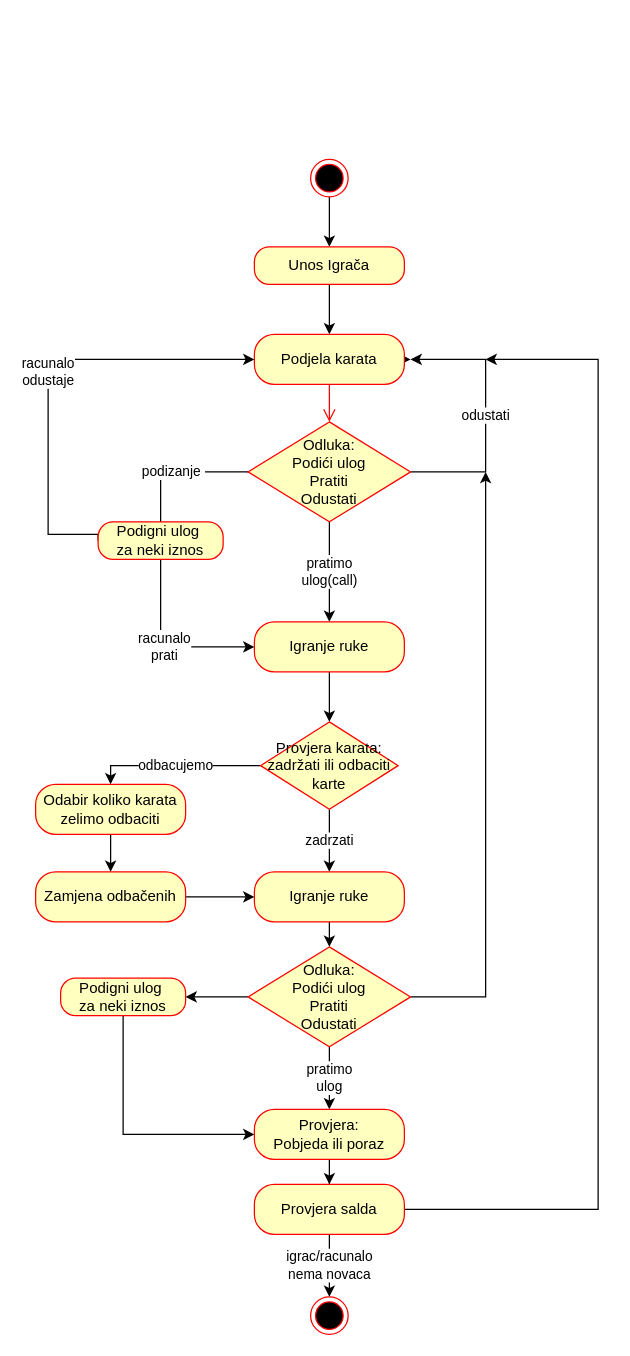
Before: page "aktivnosti" (2 of 3) of Projekt_Poker_activity.drawio in ewlibi/Poker, a draw.io diagram. Source tidied: cells renumbered, new cells numbered last; positions are measured from the earlier drawing's top-left corner, leaving out a move shared by most shapes. Both pictures are drawn from the tidied source at 125%, with x=0, y=0 at pixel (35, 159).
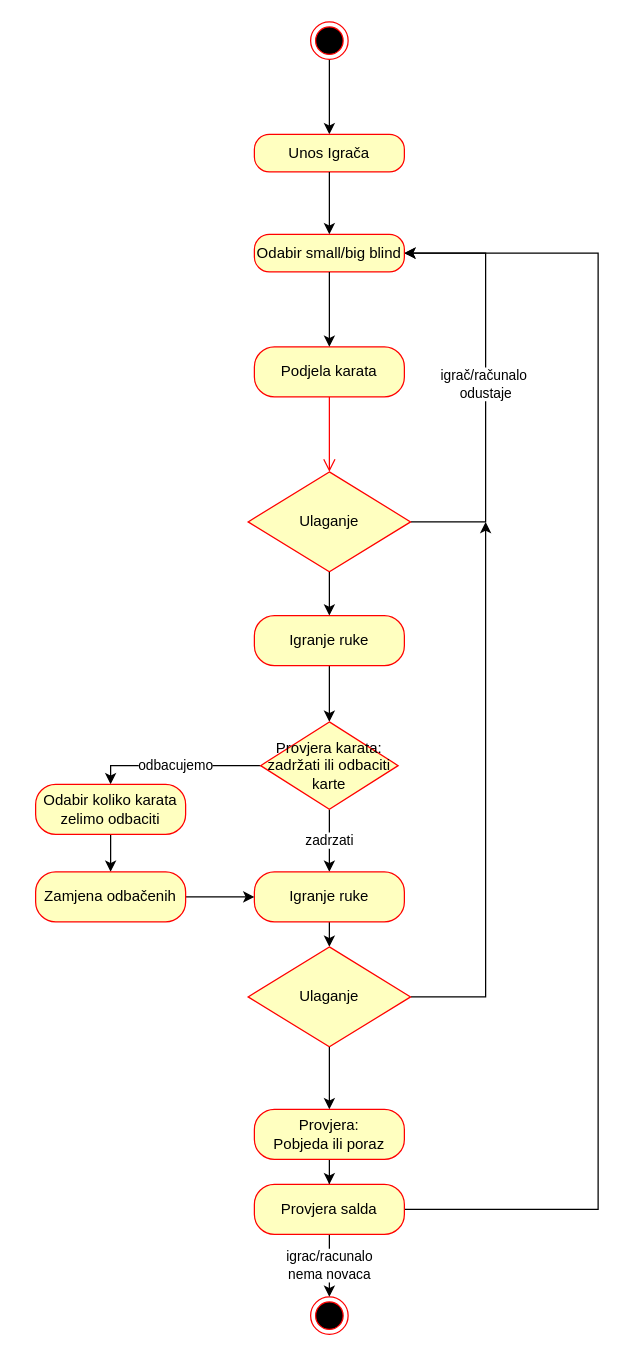
After the change.

The change refers to these unchanged cells:
```xml
<mxCell id="35" value="Provjera:&lt;br&gt;Pobjeda ili poraz" style="rounded=1;whiteSpace=wrap;html=1;arcSize=40;fontColor=#000000;fillColor=#ffffc0;strokeColor=#ff0000;" parent="1" vertex="1">
  <mxGeometry x="175" y="760" width="120" height="40" as="geometry" />
</mxCell>
<mxCell id="38" value="Provjera salda" style="rounded=1;whiteSpace=wrap;html=1;arcSize=40;fontColor=#000000;fillColor=#ffffc0;strokeColor=#ff0000;" parent="1" vertex="1">
  <mxGeometry x="175" y="820" width="120" height="40" as="geometry" />
</mxCell>
```

Change to the diagram source:
```diff
@@
-    <mxCell id="2" style="edgeStyle=orthogonalEdgeStyle;rounded=0;jettySize=auto;html=1;exitX=0.5;exitY=1;exitDx=0;exitDy=0;entryX=0.5;entryY=0;entryDx=0;entryDy=0;" parent="1" edge="1" source="3" target="5">
+    <mxCell id="2" style="edgeStyle=orthogonalEdgeStyle;rounded=0;jettySize=auto;html=1;entryX=0.5;entryY=0;entryDx=0;entryDy=0;" parent="1" edge="1" source="3" target="5">
       <mxGeometry relative="1" as="geometry" />
     </mxCell>
     <mxCell id="3" style="ellipse;html=1;shape=endState;fillColor=#000000;strokeColor=#ff0000;" parent="1" vertex="1">
-      <mxGeometry x="220" width="30" height="30" as="geometry" />
+      <mxGeometry x="220" y="-110" width="30" height="30" as="geometry" />
     </mxCell>
-    <mxCell id="4" style="edgeStyle=orthogonalEdgeStyle;rounded=0;jettySize=auto;html=1;" parent="1" edge="1" source="5" target="7">
-      <mxGeometry relative="1" as="geometry" />
-    </mxCell>
     <mxCell id="5" value="Unos Igrača" style="rounded=1;whiteSpace=wrap;html=1;arcSize=40;fontColor=#000000;fillColor=#ffffc0;strokeColor=#ff0000;" parent="1" vertex="1">
-      <mxGeometry x="175" y="70" width="120" height="30" as="geometry" />
+      <mxGeometry x="175" y="-20" width="120" height="30" as="geometry" />
     </mxCell>
-    <mxCell id="6" style="edgeStyle=orthogonalEdgeStyle;rounded=0;jettySize=auto;html=1;exitX=1;exitY=0.5;exitDx=0;exitDy=0;" parent="1" edge="1" source="7">
-      <mxGeometry relative="1" as="geometry">
-        <mxPoint x="300" y="160" as="targetPoint" />
-      </mxGeometry>
-    </mxCell>
     <mxCell id="7" value="Podjela karata" style="rounded=1;whiteSpace=wrap;html=1;arcSize=40;fontColor=#000000;fillColor=#ffffc0;strokeColor=#ff0000;" parent="1" vertex="1">
-      <mxGeometry x="175" y="140" width="120" height="40" as="geometry" />
+      <mxGeometry x="175" y="150" width="120" height="40" as="geometry" />
     </mxCell>
@@
     <mxCell id="9" style="edgeStyle=orthogonalEdgeStyle;html=1;verticalAlign=bottom;endArrow=open;endSize=8;strokeColor=#ff0000;" parent="1" edge="1" source="7">
       <mxGeometry relative="1" as="geometry">
-        <mxPoint x="235" y="210" as="targetPoint" />
+        <mxPoint x="235" y="250" as="targetPoint" />
       </mxGeometry>
     </mxCell>
-    <mxCell id="10" value="odustati" style="edgeStyle=orthogonalEdgeStyle;rounded=0;jettySize=auto;html=1;exitX=1;exitY=0.5;exitDx=0;exitDy=0;" parent="1" edge="1" source="13">
+    <mxCell id="10" value="igrač/računalo&amp;nbsp;&lt;br&gt;odustaje" style="edgeStyle=orthogonalEdgeStyle;rounded=0;jettySize=auto;html=1;exitX=1;exitY=0.5;exitDx=0;exitDy=0;entryX=1;entryY=0.5;entryDx=0;entryDy=0;" parent="1" edge="1" source="13" target="39">
       <mxGeometry relative="1" as="geometry">
-        <mxPoint x="300" y="160" as="targetPoint" />
         <Array as="points">
-          <mxPoint x="360" y="250" />
+          <mxPoint x="360" y="290" />
+          <mxPoint x="360" y="75" />
         </Array>
       </mxGeometry>
     </mxCell>
-    <mxCell id="11" value="podizanje&amp;nbsp;" style="edgeStyle=orthogonalEdgeStyle;rounded=0;jettySize=auto;html=1;exitX=0;exitY=0.5;exitDx=0;exitDy=0;" parent="1" edge="1" source="13">
-      <mxGeometry relative="1" as="geometry">
-        <mxPoint x="100" y="300" as="targetPoint" />
-        <Array as="points">
-          <mxPoint x="100" y="250" />
-        </Array>
-      </mxGeometry>
-    </mxCell>
-    <mxCell id="12" value="pratimo&lt;br&gt;ulog(call)" style="edgeStyle=orthogonalEdgeStyle;rounded=0;jettySize=auto;html=1;exitX=0.5;exitY=1;exitDx=0;exitDy=0;entryX=0.5;entryY=0;entryDx=0;entryDy=0;" parent="1" edge="1" source="13" target="15">
-      <mxGeometry relative="1" as="geometry" />
-    </mxCell>
-    <mxCell id="13" value="Odluka:&lt;br&gt;Podići ulog&lt;br&gt;Pratiti&lt;br&gt;Odustati" style="rhombus;whiteSpace=wrap;html=1;fillColor=#ffffc0;strokeColor=#ff0000;" parent="1" vertex="1">
-      <mxGeometry x="170" y="210" width="130" height="80" as="geometry" />
+    <mxCell id="13" value="Ulaganje" style="rhombus;whiteSpace=wrap;html=1;fillColor=#ffffc0;strokeColor=#ff0000;" parent="1" vertex="1">
+      <mxGeometry x="170" y="250" width="130" height="80" as="geometry" />
     </mxCell>
@@
     <mxCell id="15" value="Igranje ruke" style="rounded=1;whiteSpace=wrap;html=1;arcSize=40;fontColor=#000000;fillColor=#ffffc0;strokeColor=#ff0000;" parent="1" vertex="1">
-      <mxGeometry x="175" y="370" width="120" height="40" as="geometry" />
+      <mxGeometry x="175" y="365" width="120" height="40" as="geometry" />
     </mxCell>
-    <mxCell id="16" value="racunalo&lt;br&gt;prati" style="edgeStyle=orthogonalEdgeStyle;rounded=0;jettySize=auto;html=1;entryX=0;entryY=0.5;entryDx=0;entryDy=0;" parent="1" edge="1" source="18" target="15">
-      <mxGeometry relative="1" as="geometry">
-        <Array as="points">
-          <mxPoint x="100" y="390" />
-        </Array>
-      </mxGeometry>
-    </mxCell>
-    <mxCell id="17" value="racunalo&lt;br&gt;odustaje" style="edgeStyle=orthogonalEdgeStyle;rounded=0;jettySize=auto;html=1;exitX=0;exitY=0.5;exitDx=0;exitDy=0;entryX=0;entryY=0.5;entryDx=0;entryDy=0;" parent="1" edge="1" source="18" target="7">
-      <mxGeometry relative="1" as="geometry">
-        <Array as="points">
-          <mxPoint x="10" y="300" />
-          <mxPoint x="10" y="160" />
-        </Array>
-      </mxGeometry>
-    </mxCell>
-    <mxCell id="18" value="Podigni ulog&amp;nbsp;&lt;br&gt;za neki iznos" style="rounded=1;whiteSpace=wrap;html=1;arcSize=40;fontColor=#000000;fillColor=#ffffc0;strokeColor=#ff0000;" parent="1" vertex="1">
-      <mxGeometry x="50" y="290" width="100" height="30" as="geometry" />
-    </mxCell>
@@
-    <mxCell id="28" style="edgeStyle=orthogonalEdgeStyle;rounded=0;jettySize=auto;html=1;exitX=0;exitY=0.5;exitDx=0;exitDy=0;" parent="1" edge="1" source="31" target="33">
-      <mxGeometry relative="1" as="geometry" />
-    </mxCell>
-    <mxCell id="29" value="pratimo&lt;br&gt;ulog" style="edgeStyle=orthogonalEdgeStyle;rounded=0;jettySize=auto;html=1;exitX=0.5;exitY=1;exitDx=0;exitDy=0;entryX=0.5;entryY=0;entryDx=0;entryDy=0;" parent="1" edge="1" source="31" target="35">
-      <mxGeometry relative="1" as="geometry" />
-    </mxCell>
     <mxCell id="30" style="edgeStyle=orthogonalEdgeStyle;rounded=0;jettySize=auto;html=1;" parent="1" edge="1" source="31">
       <mxGeometry relative="1" as="geometry">
-        <mxPoint x="360" y="250" as="targetPoint" />
+        <mxPoint x="360" y="290" as="targetPoint" />
         <Array as="points">
-          <mxPoint x="360" y="670" />
           <mxPoint x="360" y="670" />
         </Array>
       </mxGeometry>
     </mxCell>
-    <mxCell id="31" value="Odluka:&lt;br&gt;Podići ulog&lt;br&gt;Pratiti&lt;br&gt;Odustati" style="rhombus;whiteSpace=wrap;html=1;fillColor=#ffffc0;strokeColor=#ff0000;" parent="1" vertex="1">
+    <mxCell id="31" value="Ulaganje" style="rhombus;whiteSpace=wrap;html=1;fillColor=#ffffc0;strokeColor=#ff0000;" parent="1" vertex="1">
       <mxGeometry x="170" y="630" width="130" height="80" as="geometry" />
     </mxCell>
-    <mxCell id="32" style="edgeStyle=orthogonalEdgeStyle;rounded=0;jettySize=auto;html=1;entryX=0;entryY=0.5;entryDx=0;entryDy=0;" parent="1" edge="1" source="33" target="35">
-      <mxGeometry relative="1" as="geometry">
-        <Array as="points">
-          <mxPoint x="70" y="780" />
-        </Array>
-      </mxGeometry>
-    </mxCell>
-    <mxCell id="33" value="Podigni ulog&amp;nbsp;&lt;br&gt;za neki iznos" style="rounded=1;whiteSpace=wrap;html=1;arcSize=40;fontColor=#000000;fillColor=#ffffc0;strokeColor=#ff0000;" parent="1" vertex="1">
-      <mxGeometry x="20" y="655" width="100" height="30" as="geometry" />
-    </mxCell>
@@
-    <mxCell id="37" style="edgeStyle=orthogonalEdgeStyle;rounded=0;jettySize=auto;html=1;exitX=1;exitY=0.5;exitDx=0;exitDy=0;" parent="1" edge="1" source="38">
+    <mxCell id="37" style="edgeStyle=orthogonalEdgeStyle;rounded=0;jettySize=auto;html=1;exitX=1;exitY=0.5;exitDx=0;exitDy=0;entryX=1;entryY=0.5;entryDx=0;entryDy=0;" parent="1" edge="1" source="38" target="39">
       <mxGeometry relative="1" as="geometry">
-        <mxPoint x="360" y="160" as="targetPoint" />
         <Array as="points">
           <mxPoint x="450" y="840" />
+          <mxPoint x="450" y="75" />
         </Array>
       </mxGeometry>
     </mxCell>
@@
+    <mxCell id="39" value="Odabir small/big blind" style="rounded=1;whiteSpace=wrap;html=1;arcSize=40;fontColor=#000000;fillColor=#ffffc0;strokeColor=#ff0000;" parent="1" vertex="1">
+      <mxGeometry x="175" y="60" width="120" height="30" as="geometry" />
+    </mxCell>
+    <mxCell id="40" style="endArrow=classic;html=1;exitX=0.5;exitY=1;exitDx=0;exitDy=0;" parent="1" edge="1" source="5" target="39">
+      <mxGeometry relative="1" as="geometry" />
+    </mxCell>
+    <mxCell id="41" style="endArrow=classic;html=1;exitX=0.5;exitY=1;exitDx=0;exitDy=0;entryX=0.5;entryY=0;entryDx=0;entryDy=0;" parent="1" edge="1" source="39" target="7">
+      <mxGeometry relative="1" as="geometry" />
+    </mxCell>
+    <mxCell id="29" style="endArrow=classic;html=1;exitX=0.5;exitY=1;exitDx=0;exitDy=0;entryX=0.5;entryY=0;entryDx=0;entryDy=0;" parent="1" edge="1" source="31" target="35">
+      <mxGeometry relative="1" as="geometry" />
+    </mxCell>
+    <mxCell id="12" style="endArrow=classic;html=1;exitX=0.5;exitY=1;exitDx=0;exitDy=0;entryX=0.5;entryY=0;entryDx=0;entryDy=0;" parent="1" edge="1" source="13" target="15">
+      <mxGeometry relative="1" as="geometry" />
+    </mxCell>
```
